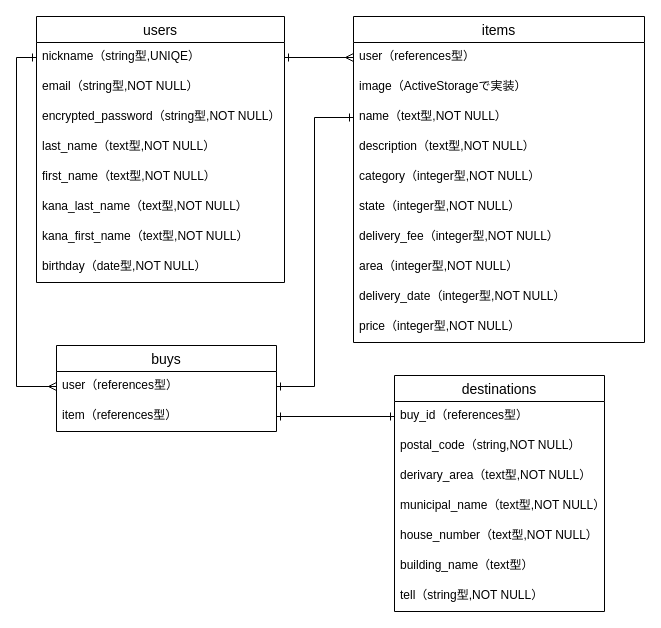
This is furima.dio from starlikeleo/furima-30944, a draw.io file, before an edit. Source tidied: cells renumbered, new cells numbered last; positions are measured from the earlier drawing's top-left corner, leaving out a move shared by most shapes. Both pictures are drawn from the tidied source at 100%, with x=0, y=0 at pixel (16, 16).
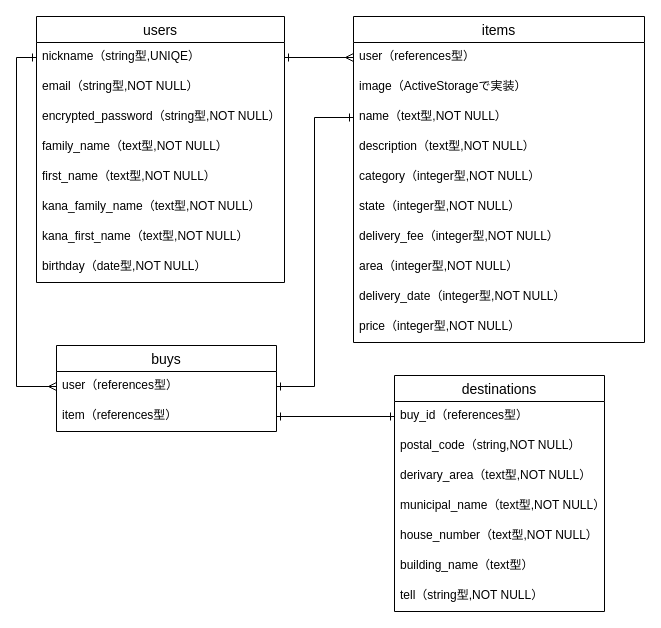
The same diagram, later.

Unchanged cells that the change refers to:
```xml
<mxCell id="2" value="users" style="swimlane;fontStyle=0;horizontal=1;startSize=26;align=center;fontSize=14;" parent="1" vertex="1">
  <mxGeometry x="20" width="248" height="266" as="geometry" />
</mxCell>
```

Diff of the diagram source:
```diff
@@
-    <mxCell id="6" value="last_name（text型,NOT NULL）" style="text;strokeColor=none;fillColor=none;spacingLeft=4;spacingRight=4;overflow=hidden;fontSize=12;" parent="2" vertex="1">
+    <mxCell id="6" value="family_name（text型,NOT NULL）" style="text;strokeColor=none;fillColor=none;spacingLeft=4;spacingRight=4;overflow=hidden;fontSize=12;" parent="2" vertex="1">
       <mxGeometry y="116" width="248" height="30" as="geometry" />
     </mxCell>
@@
-    <mxCell id="8" value="kana_last_name（text型,NOT NULL）" style="text;strokeColor=none;fillColor=none;spacingLeft=4;spacingRight=4;overflow=hidden;fontSize=12;" parent="2" vertex="1">
+    <mxCell id="8" value="kana_family_name（text型,NOT NULL）" style="text;strokeColor=none;fillColor=none;spacingLeft=4;spacingRight=4;overflow=hidden;fontSize=12;" parent="2" vertex="1">
       <mxGeometry y="176" width="248" height="30" as="geometry" />
     </mxCell>
```
